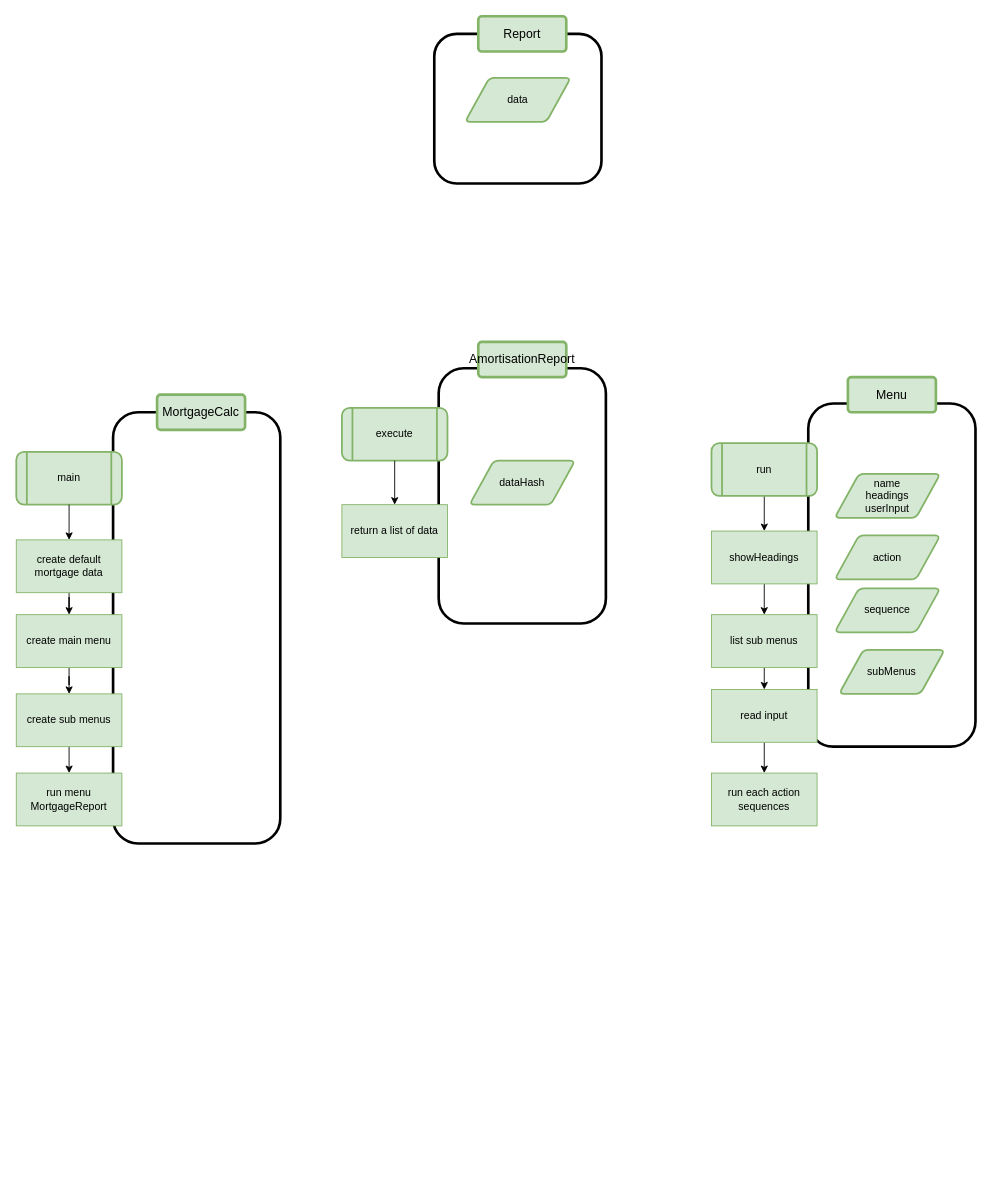
This is DesignDocs/MainProgram.drawio from accusard/MortgageCalc, a draw.io file, before an edit. Source tidied: cells renumbered, new cells numbered last; positions are measured from the earlier drawing's top-left corner, leaving out a move shared by most shapes. Both pictures are drawn from the tidied source at 88%, with x=0, y=0 at pixel (16, 16).
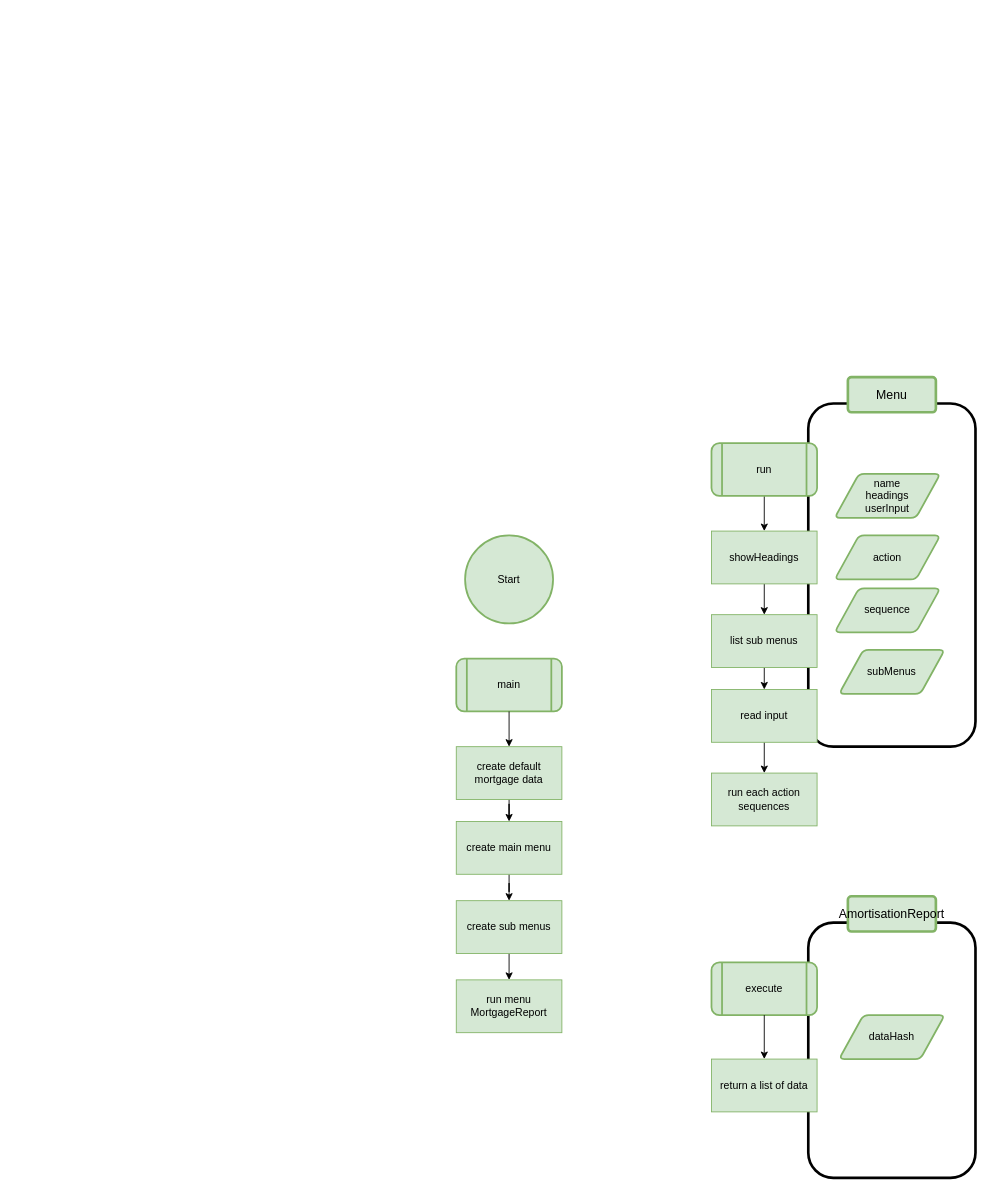
The same diagram, later.

Commit message:
update main program flow diagram

Change to the diagram source:
```diff
@@
-    <mxCell id="2" style="rounded=1;whiteSpace=wrap;html=1;fillColor=none;strokeWidth=3;fontFamily=SF Mono;" parent="1" vertex="1">
-      <mxGeometry x="110" y="450" width="190" height="490" as="geometry" />
-    </mxCell>
@@
     <mxCell id="4" value="create default mortgage data" style="rounded=0;whiteSpace=wrap;html=1;fillColor=#d5e8d4;strokeColor=#82b366;fontFamily=SF Mono;" parent="1" vertex="1">
-      <mxGeometry y="595" width="120" height="60" as="geometry" />
+      <mxGeometry x="500" y="830" width="120" height="60" as="geometry" />
     </mxCell>
     <mxCell id="5" value="main" style="shape=process;whiteSpace=wrap;html=1;backgroundOutline=1;fillColor=#d5e8d4;strokeColor=#82b366;rounded=1;fontFamily=SF Mono;strokeWidth=2;" parent="1" vertex="1">
-      <mxGeometry y="495" width="120" height="60" as="geometry" />
+      <mxGeometry x="500" y="730" width="120" height="60" as="geometry" />
     </mxCell>
@@
     <mxCell id="8" value="create main menu" style="rounded=0;whiteSpace=wrap;html=1;fillColor=#d5e8d4;strokeColor=#82b366;fontFamily=SF Mono;" parent="1" vertex="1">
-      <mxGeometry y="680" width="120" height="60" as="geometry" />
+      <mxGeometry x="500" y="915" width="120" height="60" as="geometry" />
     </mxCell>
@@
     <mxCell id="10" value="create sub menus" style="rounded=0;whiteSpace=wrap;html=1;fillColor=#d5e8d4;strokeColor=#82b366;fontFamily=SF Mono;" parent="1" vertex="1">
-      <mxGeometry y="770" width="120" height="60" as="geometry" />
+      <mxGeometry x="500" y="1005" width="120" height="60" as="geometry" />
     </mxCell>
@@
     <mxCell id="25" value="run menu MortgageReport" style="rounded=0;whiteSpace=wrap;html=1;fillColor=#d5e8d4;strokeColor=#82b366;fontFamily=SF Mono;" parent="1" vertex="1">
-      <mxGeometry y="860" width="120" height="60" as="geometry" />
+      <mxGeometry x="500" y="1095" width="120" height="60" as="geometry" />
     </mxCell>
     <mxCell id="26" style="rounded=1;whiteSpace=wrap;html=1;fillColor=none;strokeWidth=3;fontFamily=SF Mono;" parent="1" vertex="1">
-      <mxGeometry x="480" y="400" width="190" height="290" as="geometry" />
+      <mxGeometry x="900" y="1030" width="190" height="290" as="geometry" />
     </mxCell>
     <mxCell id="27" value="execute" style="shape=process;whiteSpace=wrap;html=1;backgroundOutline=1;fillColor=#d5e8d4;strokeColor=#82b366;rounded=1;fontFamily=SF Mono;strokeWidth=2;" parent="1" vertex="1">
-      <mxGeometry x="370" y="445" width="120" height="60" as="geometry" />
+      <mxGeometry x="790" y="1075" width="120" height="60" as="geometry" />
     </mxCell>
@@
     <mxCell id="29" value="return a list of data" style="rounded=0;whiteSpace=wrap;html=1;fillColor=#d5e8d4;strokeColor=#82b366;fontFamily=SF Mono;" parent="1" vertex="1">
-      <mxGeometry x="370" y="555" width="120" height="60" as="geometry" />
+      <mxGeometry x="790" y="1185" width="120" height="60" as="geometry" />
     </mxCell>
-    <mxCell id="30" style="rounded=1;whiteSpace=wrap;html=1;fillColor=none;strokeWidth=3;fontFamily=SF Mono;" parent="1" vertex="1">
-      <mxGeometry x="475" y="20" width="190" height="170" as="geometry" />
-    </mxCell>
-    <mxCell id="31" value="data" style="shape=parallelogram;html=1;strokeWidth=2;perimeter=parallelogramPerimeter;whiteSpace=wrap;rounded=1;arcSize=12;size=0.23;fontFamily=SF Mono;fillColor=#d5e8d4;strokeColor=#82b366;" parent="1" vertex="1">
-      <mxGeometry x="510" y="70" width="120" height="50" as="geometry" />
-    </mxCell>
     <mxCell id="32" value="dataHash" style="shape=parallelogram;html=1;strokeWidth=2;perimeter=parallelogramPerimeter;whiteSpace=wrap;rounded=1;arcSize=12;size=0.23;fontFamily=SF Mono;fillColor=#d5e8d4;strokeColor=#82b366;" parent="1" vertex="1">
-      <mxGeometry x="515" y="505" width="120" height="50" as="geometry" />
+      <mxGeometry x="935" y="1135" width="120" height="50" as="geometry" />
     </mxCell>
-    <mxCell id="33" value="&lt;font style=&quot;font-size: 14px&quot;&gt;MortgageCalc&lt;/font&gt;" style="rounded=1;arcSize=10;whiteSpace=wrap;html=1;align=center;fillColor=#d5e8d4;strokeColor=#82b366;fontFamily=SF Mono;strokeWidth=3;" parent="1" vertex="1">
-      <mxGeometry x="160" y="430" width="100" height="40" as="geometry" />
-    </mxCell>
     <mxCell id="34" value="&lt;font style=&quot;font-size: 14px&quot;&gt;AmortisationReport&lt;/font&gt;" style="rounded=1;arcSize=10;whiteSpace=wrap;html=1;align=center;fillColor=#d5e8d4;strokeColor=#82b366;fontFamily=SF Mono;strokeWidth=3;" parent="1" vertex="1">
-      <mxGeometry x="525" y="370" width="100" height="40" as="geometry" />
+      <mxGeometry x="945" y="1000" width="100" height="40" as="geometry" />
     </mxCell>
@@
-    <mxCell id="36" value="&lt;font style=&quot;font-size: 14px&quot;&gt;Report&lt;/font&gt;" style="rounded=1;arcSize=10;whiteSpace=wrap;html=1;align=center;fillColor=#d5e8d4;strokeColor=#82b366;fontFamily=SF Mono;strokeWidth=3;" parent="1" vertex="1">
-      <mxGeometry x="525" width="100" height="40" as="geometry" />
-    </mxCell>
+    <mxCell id="37" value="Start" style="strokeWidth=2;html=1;shape=mxgraph.flowchart.start_2;whiteSpace=wrap;fillColor=#d5e8d4;strokeColor=#82b366;" parent="1" vertex="1">
+      <mxGeometry x="510" y="590" width="100" height="100" as="geometry" />
+    </mxCell>
```
